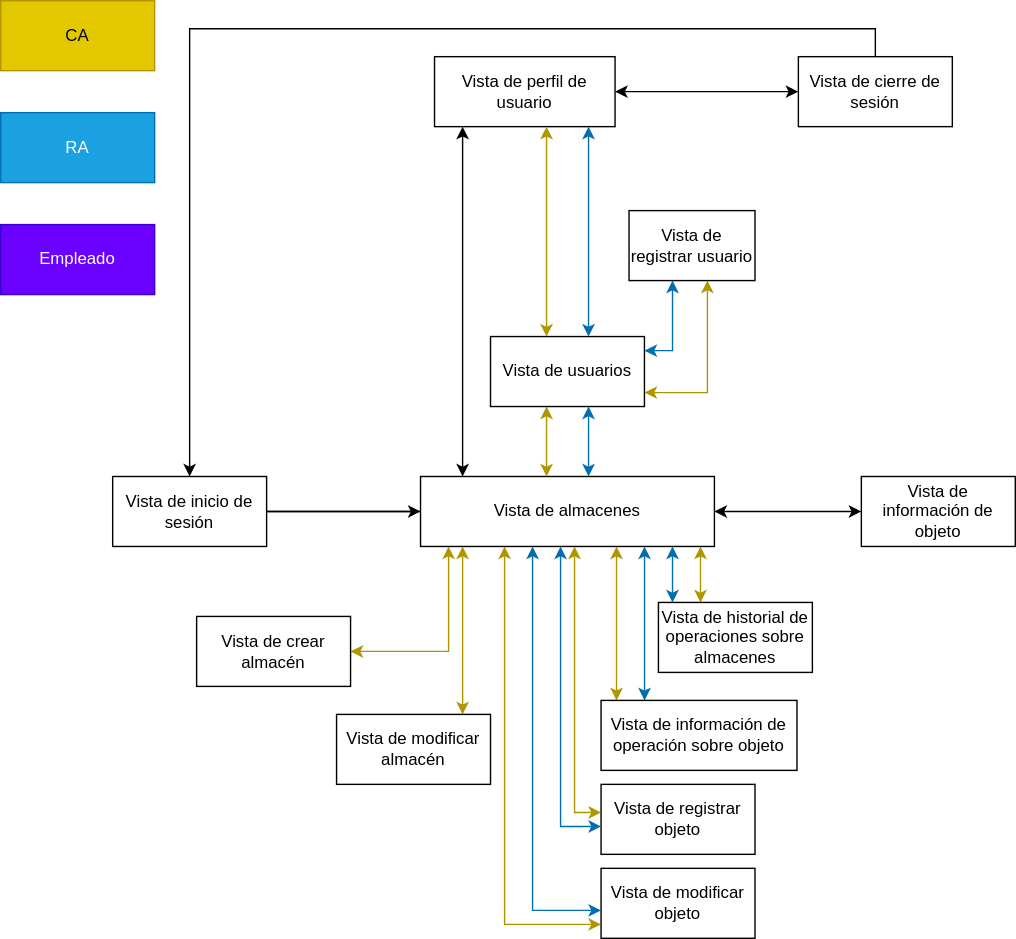
Earlier version of the draw.io export Diagramas/Diagrama de navegación.svg (Emilio-115/Proyecto-IR-G2-12). Source tidied: cells renumbered, new cells last; positions are measured from the earlier drawing's top-left corner, leaving out a move shared by most shapes. The source it was exported from:
```xml
<mxGraphModel>
  <root>
    <mxCell id="0" />
    <mxCell id="1" parent="0" />
    <mxCell id="2" style="edgeStyle=orthogonalEdgeStyle;rounded=0;jettySize=auto;html=1;" parent="1" edge="1" source="3" target="17">
      <mxGeometry relative="1" as="geometry" />
    </mxCell>
    <mxCell id="3" value="Vista de inicio de sesión" style="html=1;whiteSpace=wrap;" parent="1" vertex="1">
      <mxGeometry x="80" y="340" width="110" height="50" as="geometry" />
    </mxCell>
    <mxCell id="4" style="edgeStyle=orthogonalEdgeStyle;rounded=0;jettySize=auto;html=1;endArrow=none;endFill=0;" parent="1" edge="1" source="17" target="3">
      <mxGeometry relative="1" as="geometry" />
    </mxCell>
    <mxCell id="5" style="edgeStyle=orthogonalEdgeStyle;rounded=0;jettySize=auto;html=1;startArrow=classic;startFill=1;" parent="1" edge="1" source="17" target="23">
      <mxGeometry relative="1" as="geometry">
        <Array as="points">
          <mxPoint x="330" y="210" />
          <mxPoint x="330" y="210" />
        </Array>
      </mxGeometry>
    </mxCell>
    <mxCell id="6" style="edgeStyle=orthogonalEdgeStyle;rounded=0;jettySize=auto;html=1;fillColor=#e3c800;strokeColor=#B09500;startArrow=classic;startFill=1;" parent="1" edge="1" source="17" target="32">
      <mxGeometry relative="1" as="geometry">
        <Array as="points">
          <mxPoint x="320" y="465" />
          <mxPoint x="245" y="465" />
        </Array>
      </mxGeometry>
    </mxCell>
    <mxCell id="7" style="edgeStyle=orthogonalEdgeStyle;rounded=0;jettySize=auto;html=1;startArrow=classic;startFill=1;fillColor=#e3c800;strokeColor=#B09500;" parent="1" edge="1" source="17" target="33">
      <mxGeometry relative="1" as="geometry">
        <Array as="points">
          <mxPoint x="330" y="490" />
          <mxPoint x="330" y="490" />
        </Array>
      </mxGeometry>
    </mxCell>
    <mxCell id="8" style="edgeStyle=orthogonalEdgeStyle;rounded=0;jettySize=auto;html=1;startArrow=classic;startFill=1;fillColor=#1ba1e2;strokeColor=#006EAF;" parent="1" edge="1" source="17" target="34">
      <mxGeometry relative="1" as="geometry">
        <Array as="points">
          <mxPoint x="400" y="590" />
        </Array>
      </mxGeometry>
    </mxCell>
    <mxCell id="9" style="edgeStyle=orthogonalEdgeStyle;rounded=0;jettySize=auto;html=1;startArrow=classic;startFill=1;fillColor=#1ba1e2;strokeColor=#006EAF;" parent="1" edge="1" source="17" target="35">
      <mxGeometry relative="1" as="geometry">
        <Array as="points">
          <mxPoint x="380" y="650" />
        </Array>
      </mxGeometry>
    </mxCell>
    <mxCell id="10" style="edgeStyle=orthogonalEdgeStyle;rounded=0;jettySize=auto;html=1;startArrow=classic;startFill=1;" parent="1" edge="1" source="17" target="36">
      <mxGeometry relative="1" as="geometry">
        <Array as="points">
          <mxPoint x="570" y="365" />
          <mxPoint x="570" y="365" />
        </Array>
      </mxGeometry>
    </mxCell>
    <mxCell id="11" style="edgeStyle=orthogonalEdgeStyle;rounded=0;jettySize=auto;html=1;fillColor=#1ba1e2;strokeColor=#006EAF;startArrow=classic;startFill=1;" parent="1" edge="1" source="17" target="37">
      <mxGeometry relative="1" as="geometry">
        <Array as="points">
          <mxPoint x="460" y="420" />
          <mxPoint x="460" y="420" />
        </Array>
      </mxGeometry>
    </mxCell>
    <mxCell id="12" style="edgeStyle=orthogonalEdgeStyle;rounded=0;jettySize=auto;html=1;startArrow=classic;startFill=1;fillColor=#e3c800;strokeColor=#B09500;" parent="1" edge="1" source="17" target="35">
      <mxGeometry relative="1" as="geometry">
        <Array as="points">
          <mxPoint x="360" y="660" />
        </Array>
      </mxGeometry>
    </mxCell>
    <mxCell id="13" style="edgeStyle=orthogonalEdgeStyle;rounded=0;jettySize=auto;html=1;startArrow=classic;startFill=1;fillColor=#e3c800;strokeColor=#B09500;" parent="1" edge="1" source="17" target="34">
      <mxGeometry relative="1" as="geometry">
        <Array as="points">
          <mxPoint x="410" y="580" />
        </Array>
      </mxGeometry>
    </mxCell>
    <mxCell id="14" style="edgeStyle=orthogonalEdgeStyle;rounded=0;jettySize=auto;html=1;startArrow=classic;startFill=1;fillColor=#e3c800;strokeColor=#B09500;" parent="1" edge="1" source="17" target="37">
      <mxGeometry relative="1" as="geometry">
        <Array as="points">
          <mxPoint x="440" y="470" />
          <mxPoint x="440" y="470" />
        </Array>
      </mxGeometry>
    </mxCell>
    <mxCell id="15" style="edgeStyle=orthogonalEdgeStyle;rounded=0;jettySize=auto;html=1;startArrow=classic;startFill=1;fillColor=#1ba1e2;strokeColor=#006EAF;" parent="1" edge="1" source="17" target="38">
      <mxGeometry relative="1" as="geometry">
        <Array as="points">
          <mxPoint x="480" y="420" />
          <mxPoint x="480" y="420" />
        </Array>
      </mxGeometry>
    </mxCell>
    <mxCell id="16" style="edgeStyle=orthogonalEdgeStyle;rounded=0;jettySize=auto;html=1;startArrow=classic;startFill=1;fillColor=#e3c800;strokeColor=#B09500;" parent="1" edge="1" source="17" target="38">
      <mxGeometry relative="1" as="geometry">
        <Array as="points">
          <mxPoint x="500" y="410" />
          <mxPoint x="500" y="410" />
        </Array>
      </mxGeometry>
    </mxCell>
    <mxCell id="17" value="Vista de almacenes" style="html=1;whiteSpace=wrap;" parent="1" vertex="1">
      <mxGeometry x="300" y="340" width="210" height="50" as="geometry" />
    </mxCell>
    <mxCell id="18" value="RA" style="html=1;whiteSpace=wrap;fillColor=#1ba1e2;strokeColor=#006EAF;fontColor=#ffffff;" parent="1" vertex="1">
      <mxGeometry y="80" width="110" height="50" as="geometry" />
    </mxCell>
    <mxCell id="19" value="Empleado" style="html=1;whiteSpace=wrap;fillColor=#6a00ff;strokeColor=#3700CC;fontColor=#ffffff;" parent="1" vertex="1">
      <mxGeometry y="160" width="110" height="50" as="geometry" />
    </mxCell>
    <mxCell id="20" value="CA" style="html=1;whiteSpace=wrap;fillColor=#e3c800;strokeColor=#B09500;fontColor=#000000;" parent="1" vertex="1">
      <mxGeometry width="110" height="50" as="geometry" />
    </mxCell>
    <mxCell id="21" style="edgeStyle=orthogonalEdgeStyle;rounded=0;jettySize=auto;html=1;endArrow=classic;endFill=1;startArrow=classic;startFill=1;" parent="1" edge="1" source="23" target="25">
      <mxGeometry relative="1" as="geometry" />
    </mxCell>
    <mxCell id="22" style="edgeStyle=orthogonalEdgeStyle;rounded=0;jettySize=auto;html=1;fillColor=#1ba1e2;strokeColor=#006EAF;startArrow=classic;startFill=1;" parent="1" edge="1" source="23" target="31">
      <mxGeometry relative="1" as="geometry">
        <Array as="points">
          <mxPoint x="420" y="170" />
          <mxPoint x="420" y="170" />
        </Array>
      </mxGeometry>
    </mxCell>
    <mxCell id="23" value="Vista de perfil de usuario" style="html=1;whiteSpace=wrap;" parent="1" vertex="1">
      <mxGeometry x="310" y="40" width="129" height="50" as="geometry" />
    </mxCell>
    <mxCell id="24" style="edgeStyle=orthogonalEdgeStyle;rounded=0;jettySize=auto;html=1;exitX=0.5;exitY=0;exitDx=0;exitDy=0;" parent="1" edge="1" source="25" target="3">
      <mxGeometry relative="1" as="geometry" />
    </mxCell>
    <mxCell id="25" value="Vista de cierre de sesión" style="html=1;whiteSpace=wrap;" parent="1" vertex="1">
      <mxGeometry x="570" y="40" width="110" height="50" as="geometry" />
    </mxCell>
    <mxCell id="26" style="edgeStyle=orthogonalEdgeStyle;rounded=0;jettySize=auto;html=1;fillColor=#e3c800;strokeColor=#B09500;startArrow=classic;startFill=1;" parent="1" edge="1" source="31" target="23">
      <mxGeometry relative="1" as="geometry">
        <Array as="points">
          <mxPoint x="390" y="160" />
          <mxPoint x="390" y="160" />
        </Array>
      </mxGeometry>
    </mxCell>
    <mxCell id="27" style="edgeStyle=orthogonalEdgeStyle;rounded=0;jettySize=auto;html=1;fillColor=#1ba1e2;strokeColor=#006EAF;startArrow=classic;startFill=1;" parent="1" edge="1" source="31" target="17">
      <mxGeometry relative="1" as="geometry">
        <Array as="points">
          <mxPoint x="420" y="320" />
          <mxPoint x="420" y="320" />
        </Array>
      </mxGeometry>
    </mxCell>
    <mxCell id="28" style="edgeStyle=orthogonalEdgeStyle;rounded=0;jettySize=auto;html=1;fillColor=#e3c800;strokeColor=#B09500;startArrow=classic;startFill=1;" parent="1" edge="1" source="31" target="17">
      <mxGeometry relative="1" as="geometry">
        <Array as="points">
          <mxPoint x="390" y="310" />
          <mxPoint x="390" y="310" />
        </Array>
      </mxGeometry>
    </mxCell>
    <mxCell id="29" style="edgeStyle=orthogonalEdgeStyle;rounded=0;jettySize=auto;html=1;startArrow=classic;startFill=1;fillColor=#1ba1e2;strokeColor=#006EAF;" parent="1" edge="1" source="31" target="39">
      <mxGeometry relative="1" as="geometry">
        <Array as="points">
          <mxPoint x="480" y="250" />
        </Array>
      </mxGeometry>
    </mxCell>
    <mxCell id="30" style="edgeStyle=orthogonalEdgeStyle;rounded=0;jettySize=auto;html=1;fillColor=#e3c800;strokeColor=#B09500;startArrow=classic;startFill=1;" parent="1" edge="1" source="31" target="39">
      <mxGeometry relative="1" as="geometry">
        <Array as="points">
          <mxPoint x="505" y="280" />
        </Array>
      </mxGeometry>
    </mxCell>
    <mxCell id="31" value="Vista de usuarios" style="html=1;whiteSpace=wrap;" parent="1" vertex="1">
      <mxGeometry x="350" y="240" width="110" height="50" as="geometry" />
    </mxCell>
    <mxCell id="32" value="Vista de crear almacén" style="html=1;whiteSpace=wrap;" parent="1" vertex="1">
      <mxGeometry x="140" y="440" width="110" height="50" as="geometry" />
    </mxCell>
    <mxCell id="33" value="Vista de modificar almacén" style="html=1;whiteSpace=wrap;" parent="1" vertex="1">
      <mxGeometry x="240" y="510" width="110" height="50" as="geometry" />
    </mxCell>
    <mxCell id="34" value="Vista de registrar objeto" style="html=1;whiteSpace=wrap;" parent="1" vertex="1">
      <mxGeometry x="429" y="560" width="110" height="50" as="geometry" />
    </mxCell>
    <mxCell id="35" value="Vista de modificar objeto" style="html=1;whiteSpace=wrap;" parent="1" vertex="1">
      <mxGeometry x="429" y="620" width="110" height="50" as="geometry" />
    </mxCell>
    <mxCell id="36" value="Vista de información de objeto" style="html=1;whiteSpace=wrap;" parent="1" vertex="1">
      <mxGeometry x="615" y="340" width="110" height="50" as="geometry" />
    </mxCell>
    <mxCell id="37" value="Vista de información de operación sobre objeto" style="html=1;whiteSpace=wrap;" parent="1" vertex="1">
      <mxGeometry x="429" y="500" width="140" height="50" as="geometry" />
    </mxCell>
    <mxCell id="38" value="Vista de historial de operaciones sobre almacenes" style="html=1;whiteSpace=wrap;" parent="1" vertex="1">
      <mxGeometry x="470" y="430" width="110" height="50" as="geometry" />
    </mxCell>
    <mxCell id="39" value="Vista de registrar usuario" style="html=1;whiteSpace=wrap;" parent="1" vertex="1">
      <mxGeometry x="449" y="150" width="90" height="50" as="geometry" />
    </mxCell>
  </root>
</mxGraphModel>
```
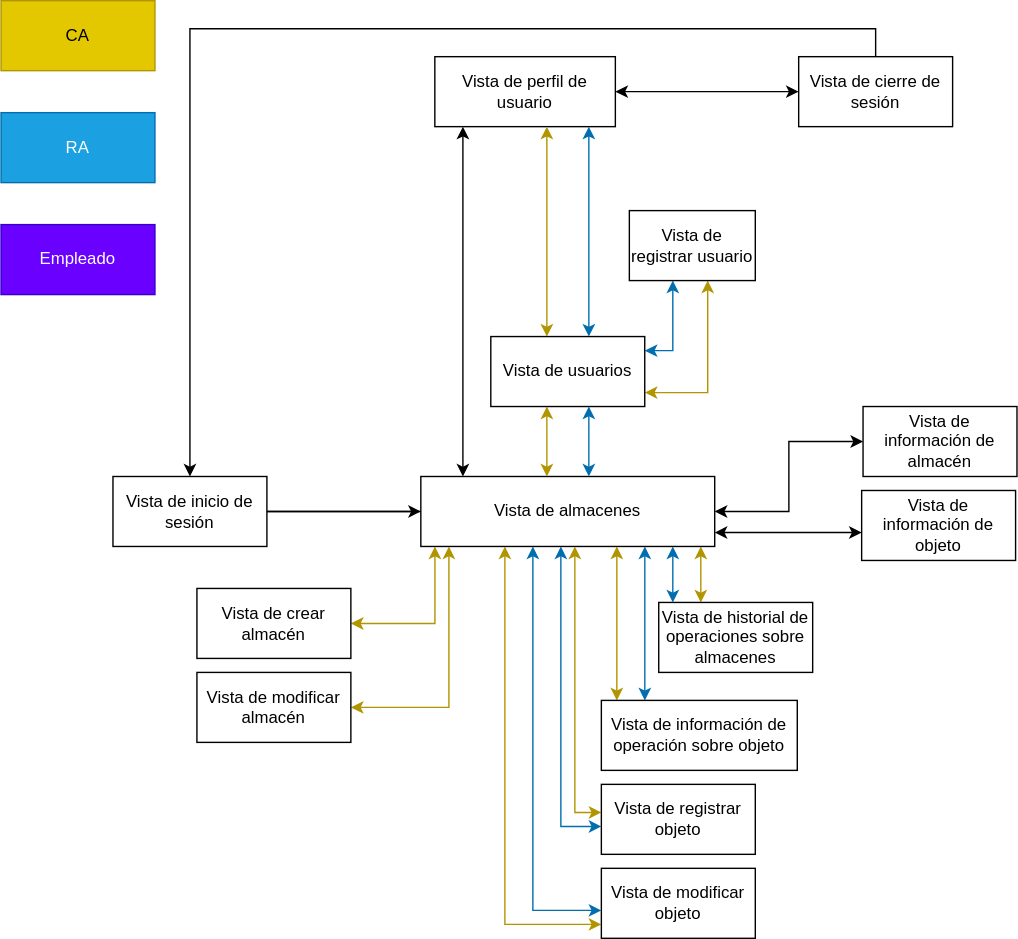
Above is the later version.

Commit message:
Mejora del diagrama de navegacion

The edit, as a diff of the source:
```diff
@@ -22,16 +22,14 @@
     <mxCell id="6" style="edgeStyle=orthogonalEdgeStyle;rounded=0;jettySize=auto;html=1;fillColor=#e3c800;strokeColor=#B09500;startArrow=classic;startFill=1;" parent="1" edge="1" source="17" target="32">
       <mxGeometry relative="1" as="geometry">
         <Array as="points">
-          <mxPoint x="320" y="465" />
-          <mxPoint x="245" y="465" />
+          <mxPoint x="310" y="445" />
         </Array>
       </mxGeometry>
     </mxCell>
     <mxCell id="7" style="edgeStyle=orthogonalEdgeStyle;rounded=0;jettySize=auto;html=1;startArrow=classic;startFill=1;fillColor=#e3c800;strokeColor=#B09500;" parent="1" edge="1" source="17" target="33">
       <mxGeometry relative="1" as="geometry">
         <Array as="points">
-          <mxPoint x="330" y="490" />
-          <mxPoint x="330" y="490" />
+          <mxPoint x="320" y="505" />
         </Array>
       </mxGeometry>
     </mxCell>
@@ -52,8 +50,8 @@
     <mxCell id="10" style="edgeStyle=orthogonalEdgeStyle;rounded=0;jettySize=auto;html=1;startArrow=classic;startFill=1;" parent="1" edge="1" source="17" target="36">
       <mxGeometry relative="1" as="geometry">
         <Array as="points">
-          <mxPoint x="570" y="365" />
-          <mxPoint x="570" y="365" />
+          <mxPoint x="570" y="380" />
+          <mxPoint x="570" y="380" />
         </Array>
       </mxGeometry>
     </mxCell>
@@ -103,6 +101,9 @@
         </Array>
       </mxGeometry>
     </mxCell>
+    <mxCell id="40" style="edgeStyle=orthogonalEdgeStyle;rounded=0;jettySize=auto;html=1;startArrow=classic;startFill=1;" parent="1" edge="1" source="17" target="41">
+      <mxGeometry relative="1" as="geometry" />
+    </mxCell>
     <mxCell id="17" value="Vista de almacenes" style="html=1;whiteSpace=wrap;" parent="1" vertex="1">
       <mxGeometry x="300" y="340" width="210" height="50" as="geometry" />
     </mxCell>
@@ -177,10 +178,10 @@
       <mxGeometry x="350" y="240" width="110" height="50" as="geometry" />
     </mxCell>
     <mxCell id="32" value="Vista de crear almacén" style="html=1;whiteSpace=wrap;" parent="1" vertex="1">
-      <mxGeometry x="140" y="440" width="110" height="50" as="geometry" />
+      <mxGeometry x="140" y="420" width="110" height="50" as="geometry" />
     </mxCell>
     <mxCell id="33" value="Vista de modificar almacén" style="html=1;whiteSpace=wrap;" parent="1" vertex="1">
-      <mxGeometry x="240" y="510" width="110" height="50" as="geometry" />
+      <mxGeometry x="140" y="480" width="110" height="50" as="geometry" />
     </mxCell>
     <mxCell id="34" value="Vista de registrar objeto" style="html=1;whiteSpace=wrap;" parent="1" vertex="1">
       <mxGeometry x="429" y="560" width="110" height="50" as="geometry" />
@@ -189,7 +190,7 @@
       <mxGeometry x="429" y="620" width="110" height="50" as="geometry" />
     </mxCell>
     <mxCell id="36" value="Vista de información de objeto" style="html=1;whiteSpace=wrap;" parent="1" vertex="1">
-      <mxGeometry x="615" y="340" width="110" height="50" as="geometry" />
+      <mxGeometry x="615" y="350" width="110" height="50" as="geometry" />
     </mxCell>
     <mxCell id="37" value="Vista de información de operación sobre objeto" style="html=1;whiteSpace=wrap;" parent="1" vertex="1">
       <mxGeometry x="429" y="500" width="140" height="50" as="geometry" />
@@ -200,5 +201,8 @@
     <mxCell id="39" value="Vista de registrar usuario" style="html=1;whiteSpace=wrap;" parent="1" vertex="1">
       <mxGeometry x="449" y="150" width="90" height="50" as="geometry" />
     </mxCell>
+    <mxCell id="41" value="Vista de información de almacén" style="html=1;whiteSpace=wrap;" parent="1" vertex="1">
+      <mxGeometry x="616" y="290" width="110" height="50" as="geometry" />
+    </mxCell>
   </root>
 </mxGraphModel>
```
